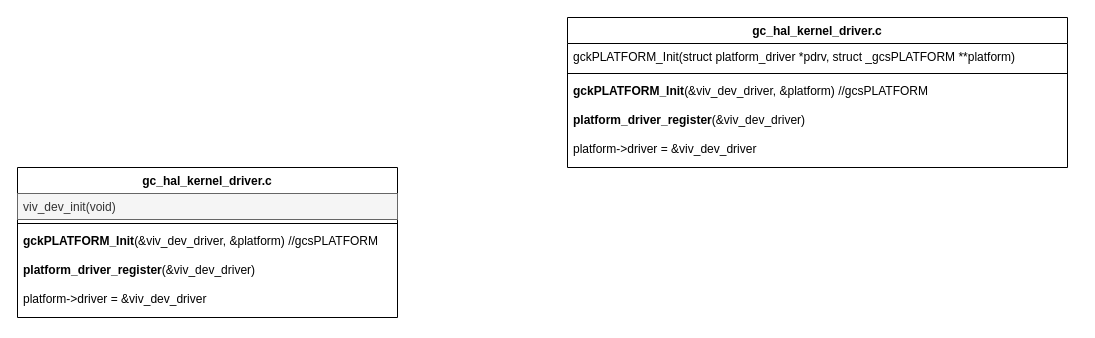
Before: device_driver.drawio in evolution124/mydiagram, a draw.io diagram. Source tidied: cells renumbered, new cells numbered last; positions are measured from the earlier drawing's top-left corner, leaving out a move shared by most shapes. Both pictures are drawn from the tidied source at 100%, with x=0, y=0 at pixel (17, 17).
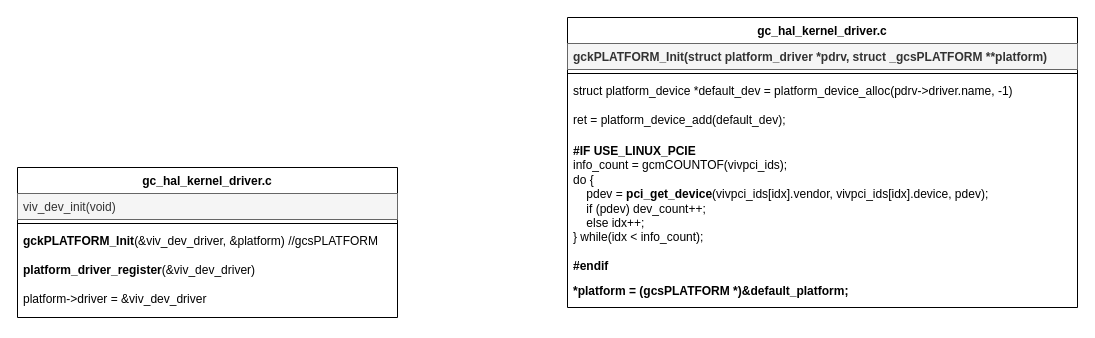
The same diagram, later.

Diff of the diagram source:
```diff
@@
 <mxGraphModel>
   <root>
     <mxCell id="0" />
     <mxCell id="1" parent="0" />
     <mxCell id="2" value="gc_hal_kernel_driver.c" style="swimlane;fontStyle=1;align=center;verticalAlign=top;horizontal=1;startSize=26;whiteSpace=wrap;html=1;" parent="1" vertex="1">
       <mxGeometry y="150" width="380" height="150" as="geometry" />
     </mxCell>
     <mxCell id="3" value="viv_dev_init(void)" style="text;strokeColor=#666666;fillColor=#f5f5f5;align=left;verticalAlign=top;spacingLeft=4;spacingRight=4;overflow=hidden;whiteSpace=wrap;html=1;fontColor=#333333;" parent="2" vertex="1">
       <mxGeometry y="26" width="380" height="26" as="geometry" />
     </mxCell>
     <mxCell id="4" style="line;strokeWidth=1;fillColor=none;align=left;verticalAlign=middle;spacingTop=-1;spacingLeft=3;spacingRight=3;labelPosition=right;strokeColor=inherit;" parent="2" vertex="1">
       <mxGeometry y="52" width="380" height="8" as="geometry" />
     </mxCell>
     <mxCell id="5" value="&lt;b&gt;gckPLATFORM_Init&lt;/b&gt;(&amp;amp;viv_dev_driver, &amp;amp;platform) //gcsPLATFORM&lt;div&gt;&lt;br&gt;&lt;/div&gt;&lt;div&gt;&lt;b&gt;platform_driver_register&lt;/b&gt;(&amp;amp;viv_dev_driver)&lt;/div&gt;&lt;div&gt;&lt;br&gt;&lt;/div&gt;&lt;div&gt;platform-&amp;gt;driver = &amp;amp;viv_dev_driver&lt;/div&gt;" style="text;strokeColor=none;fillColor=none;align=left;verticalAlign=top;spacingLeft=4;spacingRight=4;overflow=hidden;whiteSpace=wrap;html=1;" parent="2" vertex="1">
       <mxGeometry y="60" width="380" height="90" as="geometry" />
     </mxCell>
     <mxCell id="6" value="gc_hal_kernel_driver.c" style="swimlane;fontStyle=1;align=center;verticalAlign=top;horizontal=1;startSize=26;whiteSpace=wrap;html=1;" parent="1" vertex="1">
-      <mxGeometry x="550" width="500" height="150" as="geometry" />
+      <mxGeometry x="550" width="510" height="290" as="geometry" />
     </mxCell>
-    <mxCell id="7" value="gckPLATFORM_Init(struct platform_driver *pdrv, struct _gcsPLATFORM **platform)" style="text;strokeColor=none;fillColor=none;align=left;verticalAlign=top;spacingLeft=4;spacingRight=4;overflow=hidden;whiteSpace=wrap;html=1;" parent="6" vertex="1">
-      <mxGeometry y="26" width="500" height="26" as="geometry" />
+    <mxCell id="7" value="&lt;b&gt;gckPLATFORM_Init(struct platform_driver *pdrv, struct _gcsPLATFORM **platform)&lt;/b&gt;" style="text;strokeColor=#666666;fillColor=#f5f5f5;align=left;verticalAlign=top;spacingLeft=4;spacingRight=4;overflow=hidden;whiteSpace=wrap;html=1;fontColor=#333333;" parent="6" vertex="1">
+      <mxGeometry y="26" width="510" height="26" as="geometry" />
     </mxCell>
     <mxCell id="8" style="line;strokeWidth=1;fillColor=none;align=left;verticalAlign=middle;spacingTop=-1;spacingLeft=3;spacingRight=3;labelPosition=right;strokeColor=inherit;" parent="6" vertex="1">
-      <mxGeometry y="52" width="500" height="8" as="geometry" />
+      <mxGeometry y="52" width="510" height="8" as="geometry" />
     </mxCell>
-    <mxCell id="9" value="&lt;b&gt;gckPLATFORM_Init&lt;/b&gt;(&amp;amp;viv_dev_driver, &amp;amp;platform) //gcsPLATFORM&lt;div&gt;&lt;br&gt;&lt;/div&gt;&lt;div&gt;&lt;b&gt;platform_driver_register&lt;/b&gt;(&amp;amp;viv_dev_driver)&lt;/div&gt;&lt;div&gt;&lt;br&gt;&lt;/div&gt;&lt;div&gt;platform-&amp;gt;driver = &amp;amp;viv_dev_driver&lt;/div&gt;" style="text;strokeColor=none;fillColor=none;align=left;verticalAlign=top;spacingLeft=4;spacingRight=4;overflow=hidden;whiteSpace=wrap;html=1;" parent="6" vertex="1">
-      <mxGeometry y="60" width="500" height="90" as="geometry" />
+    <mxCell id="9" value="struct platform_device *default_dev = platform_device_alloc(pdrv-&amp;gt;driver.name, -1)&lt;div&gt;&lt;br&gt;&lt;/div&gt;&lt;div&gt;ret = platform_device_add(default_dev);&lt;/div&gt;&lt;div&gt;&lt;br&gt;&lt;/div&gt;&lt;div&gt;&lt;b&gt;&lt;br&gt;&lt;/b&gt;&lt;/div&gt;" style="text;strokeColor=none;fillColor=none;align=left;verticalAlign=top;spacingLeft=4;spacingRight=4;overflow=hidden;whiteSpace=wrap;html=1;" parent="6" vertex="1">
+      <mxGeometry y="60" width="510" height="60" as="geometry" />
     </mxCell>
+    <mxCell id="10" value="&lt;div&gt;&lt;b&gt;#IF USE_LINUX_PCIE&lt;/b&gt;&lt;/div&gt;&lt;div&gt;info_count = gcmCOUNTOF(vivpci_ids);&lt;/div&gt;&lt;div&gt;do {&lt;/div&gt;&lt;div&gt;&amp;nbsp; &amp;nbsp; pdev = &lt;b&gt;pci_get_device&lt;/b&gt;(vivpci_ids[idx].vendor, vivpci_ids[idx].device, pdev);&lt;/div&gt;&lt;div&gt;&amp;nbsp; &amp;nbsp; if (pdev) dev_count++;&lt;/div&gt;&lt;div&gt;&amp;nbsp; &amp;nbsp; else idx++;&lt;/div&gt;&lt;div&gt;} while(idx &amp;lt; info_count);&lt;/div&gt;&lt;div&gt;&lt;br&gt;&lt;/div&gt;&lt;div&gt;&lt;b&gt;#endif&lt;/b&gt;&lt;/div&gt;" style="text;strokeColor=none;fillColor=none;align=left;verticalAlign=top;spacingLeft=4;spacingRight=4;overflow=hidden;whiteSpace=wrap;html=1;" parent="6" vertex="1">
+      <mxGeometry y="120" width="510" height="140" as="geometry" />
+    </mxCell>
+    <mxCell id="11" value="&lt;div&gt;&lt;b&gt;*platform = (gcsPLATFORM *)&amp;amp;default_platform;&lt;/b&gt;&lt;/div&gt;" style="text;strokeColor=none;fillColor=none;align=left;verticalAlign=top;spacingLeft=4;spacingRight=4;overflow=hidden;whiteSpace=wrap;html=1;" parent="6" vertex="1">
+      <mxGeometry y="260" width="510" height="30" as="geometry" />
+    </mxCell>
   </root>
 </mxGraphModel>
```
